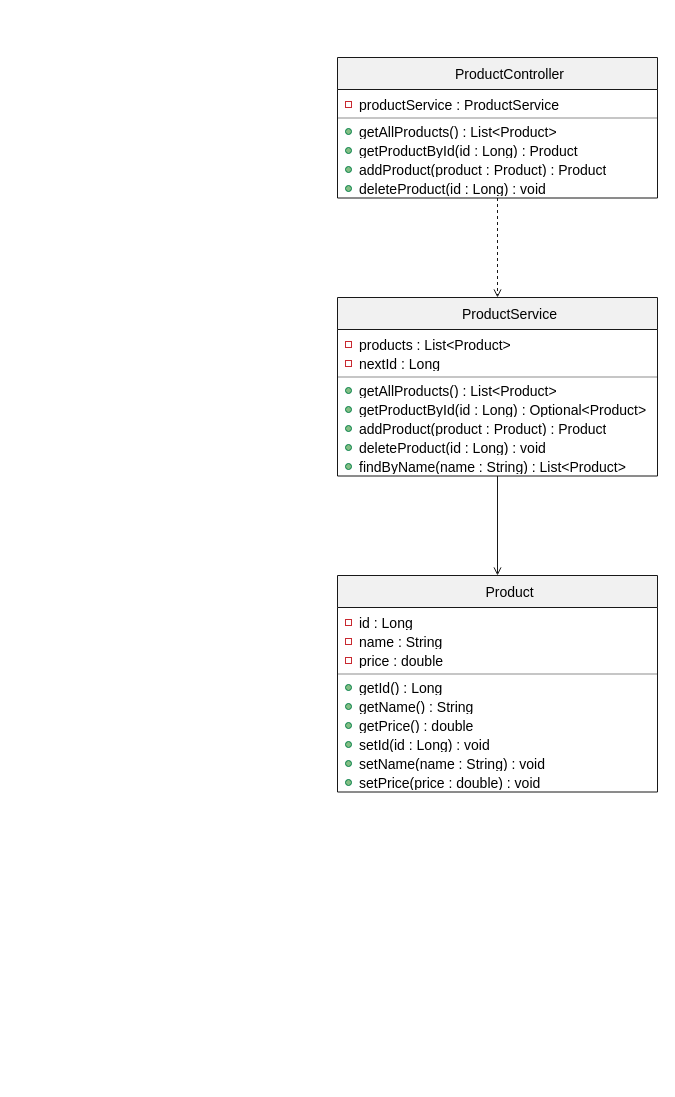
This is docs/uml/diagrams/Product.drawio from DDC-endpoint/products-api, a draw.io file, before an edit. Source tidied: cells renumbered, new cells numbered last; positions are measured from the earlier drawing's top-left corner, leaving out a move shared by most shapes. Both pictures are drawn from the tidied source at 100%, with x=0, y=0 at pixel (17, 17).
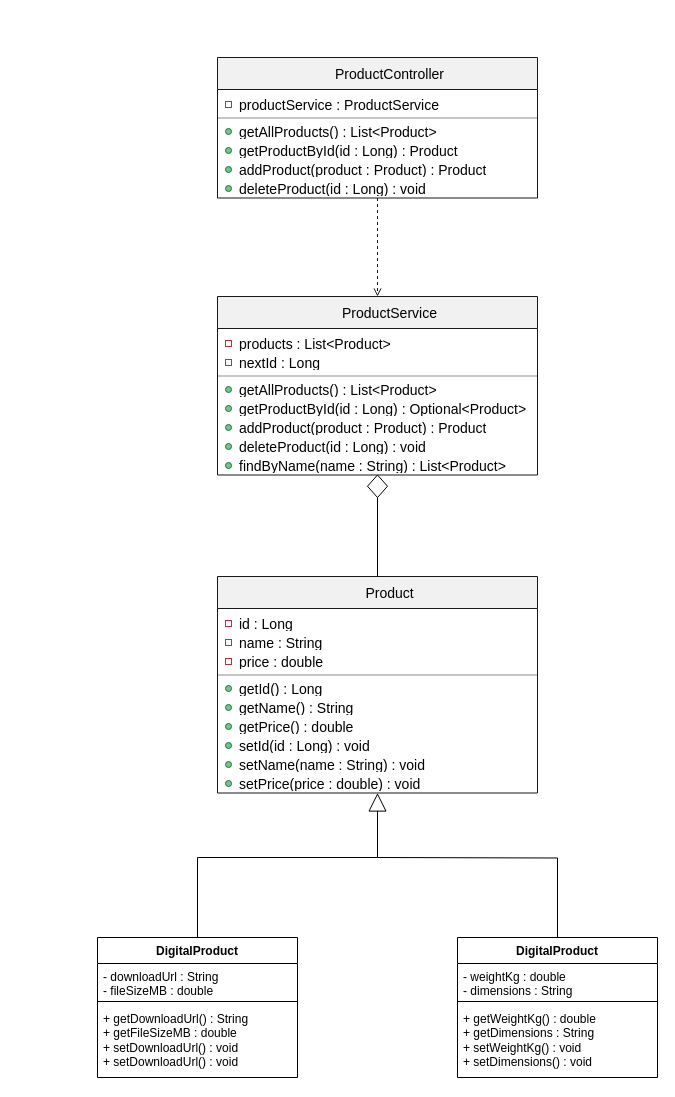
Above is the later version.

Commit message (it also covers changes not shown here):
Tutorial 4: inheritance hierarchy — DigitalProduct and PhysicalProduct

The change refers to these unchanged cells:
```xml
<mxCell id="2" style="group;transparentBounds=1;editIcon=1;lockedGroup=0;groupPadding=10;" parent="1" vertex="1">
  <mxGeometry as="geometry" />
</mxCell>
<mxCell id="21" value="setPrice(price : double) : void" style="text;html=1;align=left;verticalAlign=middle;spacingLeft=20;spacingRight=4;overflow=hidden;fillColor=none;strokeColor=none;fontSize=14;fontColor=#000000;fontStyle=0;points=[[0,0.5],[1,0.5]];portConstraint=eastwest;whiteSpace=wrap;" parent="3" vertex="1">
  <mxGeometry y="197.5" width="320" height="19" as="geometry" />
</mxCell>
```

What changed in the source:
```diff
@@
     <mxCell id="3" value="Product" style="swimlane;fontStyle=0;align=center;fontSize=14;fontColor=#000000;startSize=32;spacingLeft=25;fillColor=#F1F1F1;strokeColor=#181818;horizontal=1;" parent="2" vertex="1">
-      <mxGeometry x="320" y="558" width="320" height="216.5" as="geometry" />
+      <mxGeometry x="200" y="559" width="320" height="216.5" as="geometry" />
     </mxCell>
@@
     <mxCell id="23" value="ProductService" style="swimlane;fontStyle=0;align=center;fontSize=14;fontColor=#000000;startSize=32;spacingLeft=25;fillColor=#F1F1F1;strokeColor=#181818;horizontal=1;" parent="2" vertex="1">
-      <mxGeometry x="320" y="280" width="320" height="178.5" as="geometry" />
+      <mxGeometry x="200" y="279" width="320" height="178.5" as="geometry" />
     </mxCell>
@@
     <mxCell id="39" value="ProductController" style="swimlane;fontStyle=0;align=center;fontSize=14;fontColor=#000000;startSize=32;spacingLeft=25;fillColor=#F1F1F1;strokeColor=#181818;horizontal=1;" parent="2" vertex="1">
-      <mxGeometry x="320" y="40" width="320" height="140.5" as="geometry" />
+      <mxGeometry x="200" y="40" width="320" height="140.5" as="geometry" />
     </mxCell>
@@
-    <mxCell id="52" style="endArrow=open;html=1;strokeColor=#181818;fontColor=#000000;fontSize=11;curved=0;rounded=0;endSize=6;sourcePerimeterSpacing=0;targetPerimeterSpacing=0;" parent="2" edge="1" source="23" target="3">
-      <mxGeometry relative="1" as="geometry" />
-    </mxCell>
+    <mxCell id="53" style="rhombus;whiteSpace=wrap;html=1;shapeInside=1;" parent="2" vertex="1">
+      <mxGeometry x="350" y="457.5" width="20" height="22.5" as="geometry" />
+    </mxCell>
+    <mxCell id="54" style="endArrow=none;html=1;rounded=0;entryX=0.5;entryY=1;entryDx=0;entryDy=0;exitX=0.5;exitY=0;exitDx=0;exitDy=0;" parent="2" edge="1" source="3" target="53">
+      <mxGeometry relative="1" as="geometry" />
+    </mxCell>
+    <mxCell id="55" value="DigitalProduct" style="swimlane;fontStyle=1;align=center;verticalAlign=top;horizontal=1;startSize=26;whiteSpace=wrap;html=1;" parent="1" vertex="1">
+      <mxGeometry x="80" y="920" width="200" height="140" as="geometry" />
+    </mxCell>
+    <mxCell id="56" value="- downloadUrl : String&lt;div&gt;- fileSizeMB : double&lt;/div&gt;" style="text;strokeColor=none;fillColor=none;align=left;verticalAlign=top;spacingLeft=4;spacingRight=4;overflow=hidden;whiteSpace=wrap;html=1;" parent="55" vertex="1">
+      <mxGeometry y="26" width="200" height="34" as="geometry" />
+    </mxCell>
+    <mxCell id="57" style="line;strokeWidth=1;fillColor=none;align=left;verticalAlign=middle;spacingTop=-1;spacingLeft=3;spacingRight=3;labelPosition=right;strokeColor=inherit;" parent="55" vertex="1">
+      <mxGeometry y="60" width="200" height="8" as="geometry" />
+    </mxCell>
+    <mxCell id="58" value="+ getDownloadUrl() : String&lt;div&gt;+ getFileSizeMB : double&lt;/div&gt;&lt;div&gt;+ setDownloadUrl() : void&lt;/div&gt;&lt;div&gt;+ setDownloadUrl() : void&lt;/div&gt;" style="text;strokeColor=none;fillColor=none;align=left;verticalAlign=top;spacingLeft=4;spacingRight=4;overflow=hidden;whiteSpace=wrap;html=1;" parent="55" vertex="1">
+      <mxGeometry y="68" width="200" height="72" as="geometry" />
+    </mxCell>
+    <mxCell id="59" value="DigitalProduct" style="swimlane;fontStyle=1;align=center;verticalAlign=top;horizontal=1;startSize=26;whiteSpace=wrap;html=1;" parent="1" vertex="1">
+      <mxGeometry x="440" y="920" width="200" height="140" as="geometry" />
+    </mxCell>
+    <mxCell id="60" value="- weightKg : double&lt;div&gt;- dimensions : String&lt;/div&gt;" style="text;strokeColor=none;fillColor=none;align=left;verticalAlign=top;spacingLeft=4;spacingRight=4;overflow=hidden;whiteSpace=wrap;html=1;" parent="59" vertex="1">
+      <mxGeometry y="26" width="200" height="34" as="geometry" />
+    </mxCell>
+    <mxCell id="61" style="line;strokeWidth=1;fillColor=none;align=left;verticalAlign=middle;spacingTop=-1;spacingLeft=3;spacingRight=3;labelPosition=right;strokeColor=inherit;" parent="59" vertex="1">
+      <mxGeometry y="60" width="200" height="8" as="geometry" />
+    </mxCell>
+    <mxCell id="62" value="+ getWeightKg() : double&lt;div&gt;+ getDimensions : String&lt;/div&gt;&lt;div&gt;+ setWeightKg() : void&lt;/div&gt;&lt;div&gt;+ setDimensions() : void&lt;/div&gt;" style="text;strokeColor=none;fillColor=none;align=left;verticalAlign=top;spacingLeft=4;spacingRight=4;overflow=hidden;whiteSpace=wrap;html=1;" parent="59" vertex="1">
+      <mxGeometry y="68" width="200" height="72" as="geometry" />
+    </mxCell>
+    <mxCell id="63" style="endArrow=block;endSize=16;endFill=0;html=1;rounded=0;exitX=0.5;exitY=0;exitDx=0;exitDy=0;" parent="1" edge="1" source="55" target="21">
+      <mxGeometry x="-0.05" relative="1" as="geometry">
+        <Array as="points">
+          <mxPoint x="180" y="840" />
+          <mxPoint x="360" y="840" />
+        </Array>
+      </mxGeometry>
+    </mxCell>
+    <mxCell id="64" style="endArrow=none;html=1;rounded=0;entryX=0.5;entryY=0;entryDx=0;entryDy=0;edgeStyle=orthogonalEdgeStyle;" parent="1" edge="1" target="59">
+      <mxGeometry relative="1" as="geometry">
+        <mxPoint x="360" y="840" as="sourcePoint" />
+      </mxGeometry>
+    </mxCell>
```
